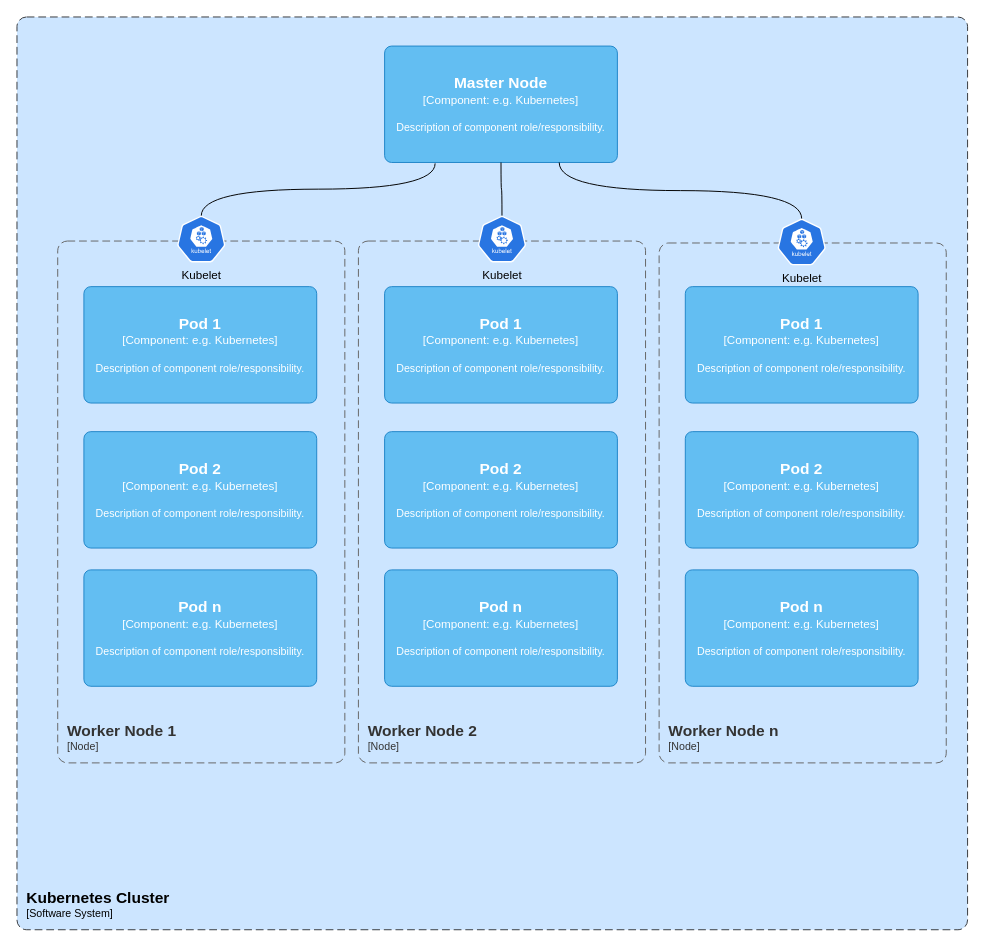
Earlier version of the draw.io diagram page "05-Building-Block-View_Kubernetes-Cluster" (8 of 10) of resources/enterprise-architecture.drawio (microtema/universal-development-and-operation-platform). Source tidied: cells renumbered, new cells numbered last; positions are measured from the earlier drawing's top-left corner, leaving out a move shared by most shapes. Both pictures are drawn from the tidied source at 97%, with x=0, y=0 at pixel (16, 16).
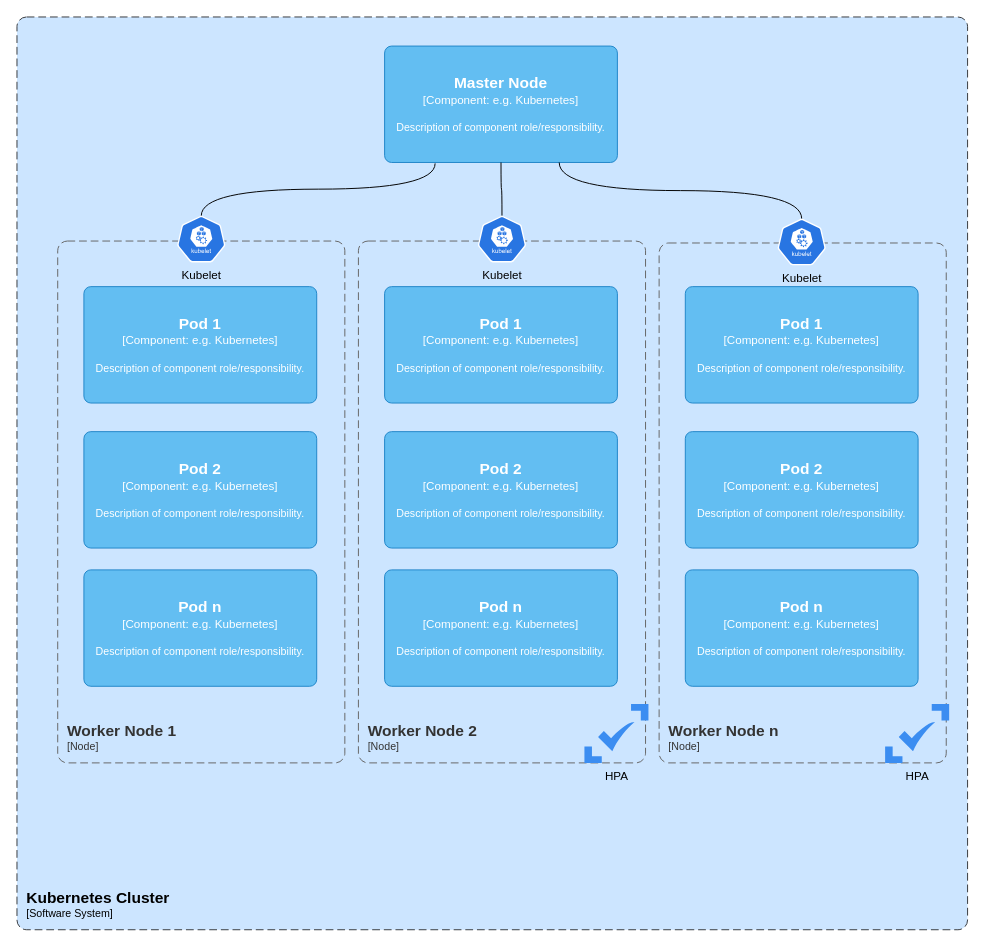
The same diagram, later.

Diff of the diagram source:
```diff
@@
+    <mxCell id="22" value="HPA" style="sketch=0;html=1;strokeColor=none;shadow=0;fillColor=#3B8DF1;verticalAlign=top;labelPosition=center;verticalLabelPosition=bottom;shape=mxgraph.gcp2.scale;rounded=1;" parent="1" vertex="1">
+      <mxGeometry x="895" y="708.3" width="66" height="60.7" as="geometry" />
+    </mxCell>
+    <mxCell id="23" value="HPA" style="sketch=0;html=1;strokeColor=none;shadow=0;fillColor=#3B8DF1;verticalAlign=top;labelPosition=center;verticalLabelPosition=bottom;shape=mxgraph.gcp2.scale;rounded=1;" parent="1" vertex="1">
+      <mxGeometry x="585" y="708.3" width="66" height="60.7" as="geometry" />
+    </mxCell>
```
